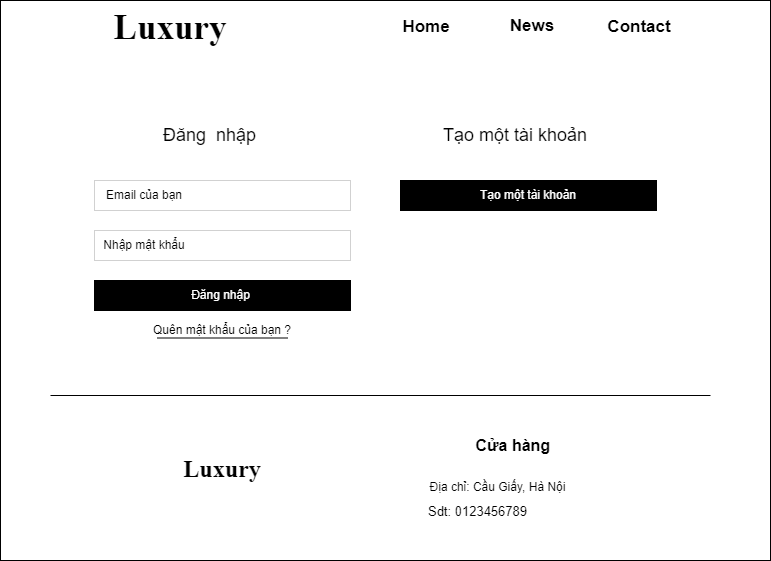
Above: ASM/images/contact.pc.png in yenphph/web106_yenphph (draw.io), before the change. Source tidied: cells renumbered, new cells last; positions are measured from the earlier drawing's top-left corner, leaving out a move shared by most shapes.
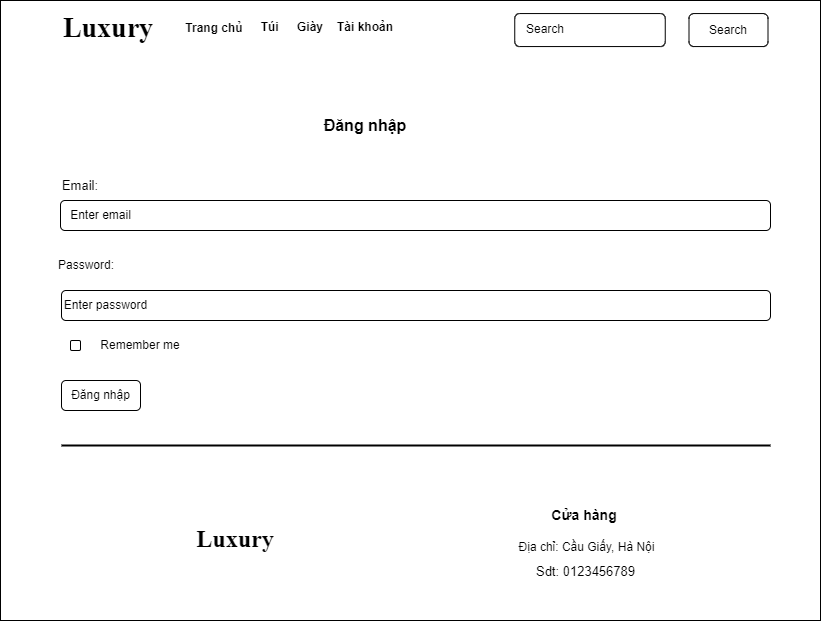
The same file after the commit.

Diff of the diagram source:
```diff
@@ -2,68 +2,83 @@
   <root>
     <mxCell id="0" />
     <mxCell id="1" parent="0" />
-    <mxCell id="2" style="rounded=0;whiteSpace=wrap;html=1;" parent="1" vertex="1">
-      <mxGeometry width="770" height="560" as="geometry" />
-    </mxCell>
-    <mxCell id="3" value="Luxury" style="text;html=1;strokeColor=none;fillColor=none;align=center;verticalAlign=middle;whiteSpace=wrap;rounded=0;fontSize=35;fontStyle=1;fontFamily=Times New Roman;" parent="1" vertex="1">
-      <mxGeometry x="90" y="0.6" width="160" height="53.1" as="geometry" />
-    </mxCell>
-    <mxCell id="4" value="Đăng&amp;nbsp; nhập&amp;nbsp;" style="text;html=1;strokeColor=none;fillColor=none;align=center;verticalAlign=middle;whiteSpace=wrap;rounded=0;fontSize=18;" parent="1" vertex="1">
-      <mxGeometry x="156.5" y="120" width="110" height="30" as="geometry" />
-    </mxCell>
-    <mxCell id="5" style="rounded=0;whiteSpace=wrap;html=1;strokeWidth=0;" parent="1" vertex="1">
-      <mxGeometry x="94" y="180" width="256" height="30" as="geometry" />
-    </mxCell>
-    <mxCell id="6" style="rounded=0;whiteSpace=wrap;html=1;strokeWidth=0;" parent="1" vertex="1">
-      <mxGeometry x="94" y="230" width="256" height="30" as="geometry" />
-    </mxCell>
-    <mxCell id="7" value="Email của bạn" style="text;html=1;strokeColor=none;fillColor=none;align=center;verticalAlign=middle;whiteSpace=wrap;rounded=0;" parent="1" vertex="1">
-      <mxGeometry x="94" y="180" width="100" height="30" as="geometry" />
-    </mxCell>
-    <mxCell id="8" value="Nhập mật khẩu" style="text;html=1;strokeColor=none;fillColor=none;align=center;verticalAlign=middle;whiteSpace=wrap;rounded=0;" parent="1" vertex="1">
-      <mxGeometry x="94" y="230" width="100" height="30" as="geometry" />
-    </mxCell>
-    <mxCell id="9" style="rounded=0;whiteSpace=wrap;html=1;strokeWidth=1;fillColor=#000000;" parent="1" vertex="1">
-      <mxGeometry x="94" y="280" width="256" height="30" as="geometry" />
-    </mxCell>
-    <mxCell id="10" value="Đăng nhập" style="text;html=1;strokeColor=none;fillColor=none;align=center;verticalAlign=middle;whiteSpace=wrap;rounded=0;fontColor=#FFFFFF;" parent="1" vertex="1">
-      <mxGeometry x="180" y="280" width="81" height="30" as="geometry" />
-    </mxCell>
-    <mxCell id="11" value="Quên mật khẩu của bạn ?" style="text;html=1;strokeColor=none;fillColor=none;align=center;verticalAlign=middle;whiteSpace=wrap;rounded=0;" parent="1" vertex="1">
-      <mxGeometry x="149" y="310" width="146" height="40" as="geometry" />
-    </mxCell>
-    <mxCell id="12" style="line;strokeWidth=1;html=1;" parent="1" vertex="1">
-      <mxGeometry x="156.5" y="330" width="131" height="15" as="geometry" />
-    </mxCell>
-    <mxCell id="13" value="&lt;font style=&quot;font-size: 18px;&quot;&gt;Tạo một tài khoản&lt;/font&gt;" style="text;html=1;strokeColor=none;fillColor=none;align=center;verticalAlign=middle;whiteSpace=wrap;rounded=0;fontSize=18;" parent="1" vertex="1">
-      <mxGeometry x="430" y="120" width="170" height="30" as="geometry" />
-    </mxCell>
-    <mxCell id="14" value="&lt;font color=&quot;#ffffff&quot;&gt;Tạo một tài khoản&lt;/font&gt;" style="rounded=0;whiteSpace=wrap;html=1;strokeWidth=1;strokeColor=#000000;fillColor=#000000;" parent="1" vertex="1">
-      <mxGeometry x="400" y="180" width="256" height="30" as="geometry" />
-    </mxCell>
-    <mxCell id="15" style="line;strokeWidth=1;dashed=0;labelPosition=right;align=left;verticalAlign=middle;spacingTop=0;spacingLeft=6;" parent="1" vertex="1">
-      <mxGeometry x="50" y="390" width="660" height="10" as="geometry" />
-    </mxCell>
+    <mxCell id="23" style="rounded=0;whiteSpace=wrap;html=1;" parent="1" vertex="1">
+      <mxGeometry x="-30" y="-30" width="820" height="620" as="geometry" />
+    </mxCell>
+    <mxCell id="24" value="Đăng nhập" style="text;html=1;strokeColor=none;fillColor=none;align=center;verticalAlign=middle;whiteSpace=wrap;rounded=0;fontStyle=1;fontSize=16;" parent="1" vertex="1">
+      <mxGeometry x="280" y="80" width="110" height="30" as="geometry" />
+    </mxCell>
+    <mxCell id="25" value="&lt;font style=&quot;font-size: 13px;&quot;&gt;Email:&lt;/font&gt;" style="text;html=1;strokeColor=none;fillColor=none;align=center;verticalAlign=middle;whiteSpace=wrap;rounded=0;" parent="1" vertex="1">
+      <mxGeometry x="10" y="140" width="80" height="30" as="geometry" />
+    </mxCell>
+    <mxCell id="26" style="rounded=1;whiteSpace=wrap;html=1;" parent="1" vertex="1">
+      <mxGeometry x="30" y="170" width="710" height="30" as="geometry" />
+    </mxCell>
+    <mxCell id="27" value="Enter email" style="text;html=1;strokeColor=none;fillColor=none;align=center;verticalAlign=middle;whiteSpace=wrap;rounded=0;" parent="1" vertex="1">
+      <mxGeometry x="31" y="170" width="79" height="30" as="geometry" />
+    </mxCell>
+    <mxCell id="28" value="Password:" style="text;html=1;strokeColor=none;fillColor=none;align=center;verticalAlign=middle;whiteSpace=wrap;rounded=0;" parent="1" vertex="1">
+      <mxGeometry x="26" y="220" width="60" height="30" as="geometry" />
+    </mxCell>
+    <mxCell id="29" style="rounded=1;whiteSpace=wrap;html=1;" parent="1" vertex="1">
+      <mxGeometry x="31" y="260" width="709" height="30" as="geometry" />
+    </mxCell>
+    <mxCell id="30" value="Enter password" style="text;html=1;strokeColor=none;fillColor=none;align=center;verticalAlign=middle;whiteSpace=wrap;rounded=0;" parent="1" vertex="1">
+      <mxGeometry x="31" y="260" width="89" height="30" as="geometry" />
+    </mxCell>
+    <mxCell id="31" style="rounded=1;whiteSpace=wrap;html=1;" parent="1" vertex="1">
+      <mxGeometry x="40" y="310" width="10" height="10" as="geometry" />
+    </mxCell>
+    <mxCell id="32" value="Remember me" style="text;html=1;strokeColor=none;fillColor=none;align=center;verticalAlign=middle;whiteSpace=wrap;rounded=0;" parent="1" vertex="1">
+      <mxGeometry x="60" y="300" width="100" height="30" as="geometry" />
+    </mxCell>
+    <mxCell id="33" style="rounded=1;whiteSpace=wrap;html=1;" parent="1" vertex="1">
+      <mxGeometry x="31" y="350" width="79" height="30" as="geometry" />
+    </mxCell>
+    <mxCell id="34" value="Đăng nhập" style="text;html=1;strokeColor=none;fillColor=none;align=center;verticalAlign=middle;whiteSpace=wrap;rounded=0;" parent="1" vertex="1">
+      <mxGeometry x="31" y="350" width="79" height="30" as="geometry" />
+    </mxCell>
+    <mxCell id="35" style="line;strokeWidth=2;html=1;" parent="1" vertex="1">
+      <mxGeometry x="31" y="410" width="709" height="10" as="geometry" />
+    </mxCell>
     <mxCell id="16" value="&lt;font style=&quot;font-size: 24px;&quot;&gt;Luxury&lt;/font&gt;" style="text;html=1;strokeColor=none;fillColor=none;align=center;verticalAlign=middle;whiteSpace=wrap;rounded=0;fontSize=35;fontStyle=1;fontFamily=Times New Roman;" parent="1" vertex="1">
-      <mxGeometry x="167" y="450" width="110" height="30" as="geometry" />
+      <mxGeometry x="150" y="490" width="110" height="30" as="geometry" />
     </mxCell>
-    <mxCell id="17" value="Cửa hàng&amp;nbsp;" style="text;html=1;strokeColor=none;fillColor=none;align=center;verticalAlign=middle;whiteSpace=wrap;rounded=0;fontSize=16;fontStyle=1;" parent="1" vertex="1">
-      <mxGeometry x="421" y="430" width="188" height="30" as="geometry" />
+    <mxCell id="17" value="Cửa hàng&amp;nbsp;" style="text;html=1;strokeColor=none;fillColor=none;align=center;verticalAlign=middle;whiteSpace=wrap;rounded=0;fontSize=14;fontStyle=1;" parent="1" vertex="1">
+      <mxGeometry x="462" y="470" width="188" height="30" as="geometry" />
     </mxCell>
     <mxCell id="18" value="Địa chỉ: Cầu Giấy, Hà Nội" style="text;html=1;align=center;verticalAlign=middle;strokeColor=none;fillColor=none;fontSize=12;" parent="1" vertex="1">
-      <mxGeometry x="414" y="470" width="165" height="33" as="geometry" />
+      <mxGeometry x="473.5" y="500" width="165" height="33" as="geometry" />
     </mxCell>
     <mxCell id="19" value="Sdt: 0123456789" style="text;html=1;strokeColor=none;fillColor=none;align=center;verticalAlign=middle;whiteSpace=wrap;rounded=0;fontSize=13;" parent="1" vertex="1">
-      <mxGeometry x="414" y="503" width="127" height="15" as="geometry" />
+      <mxGeometry x="492" y="533" width="127" height="15" as="geometry" />
     </mxCell>
-    <mxCell id="20" value="&lt;span style=&quot;font-size: 17px;&quot;&gt;&lt;b&gt;Home&lt;/b&gt;&lt;/span&gt;" style="text;html=1;strokeColor=none;fillColor=none;align=center;verticalAlign=middle;whiteSpace=wrap;rounded=0;" parent="1" vertex="1">
-      <mxGeometry x="384" y="12.2" width="84" height="30" as="geometry" />
-    </mxCell>
-    <mxCell id="21" value="&lt;b&gt;&lt;font style=&quot;font-size: 17px;&quot;&gt;News&lt;/font&gt;&lt;/b&gt;" style="text;html=1;strokeColor=none;fillColor=none;align=center;verticalAlign=middle;whiteSpace=wrap;rounded=0;" parent="1" vertex="1">
-      <mxGeometry x="501.5" y="10.9" width="60" height="30" as="geometry" />
-    </mxCell>
-    <mxCell id="22" value="&lt;span style=&quot;font-size: 17px;&quot;&gt;&lt;b&gt;Contact&lt;/b&gt;&lt;/span&gt;" style="text;html=1;strokeColor=none;fillColor=none;align=center;verticalAlign=middle;whiteSpace=wrap;rounded=0;" parent="1" vertex="1">
-      <mxGeometry x="608.5" y="12.2" width="60" height="30" as="geometry" />
-    </mxCell>
+    <mxCell id="3" value="Luxury" style="text;html=1;strokeColor=none;fillColor=none;align=center;verticalAlign=middle;whiteSpace=wrap;rounded=0;fontSize=28;fontStyle=1;fontFamily=Times New Roman;" parent="1" vertex="1">
+      <mxGeometry x="22.5" y="-30" width="110" height="53.6" as="geometry" />
+    </mxCell>
+    <mxCell id="36" value="&lt;span style=&quot;font-size: 12px;&quot;&gt;Trang chủ&lt;/span&gt;" style="text;html=1;strokeColor=none;fillColor=none;align=center;verticalAlign=middle;whiteSpace=wrap;rounded=0;fontStyle=1;fontSize=12;" parent="1" vertex="1">
+      <mxGeometry x="146.5" y="-16.9" width="74" height="30" as="geometry" />
+    </mxCell>
+    <mxCell id="37" style="rounded=1;whiteSpace=wrap;html=1;" parent="1" vertex="1">
+      <mxGeometry x="484.2" y="-16.9" width="150.5" height="33" as="geometry" />
+    </mxCell>
+    <mxCell id="38" style="rounded=1;whiteSpace=wrap;html=1;" parent="1" vertex="1">
+      <mxGeometry x="658.5" y="-16.9" width="79" height="33" as="geometry" />
+    </mxCell>
+    <mxCell id="39" value="Search" style="text;html=1;strokeColor=none;fillColor=none;align=center;verticalAlign=middle;whiteSpace=wrap;rounded=0;" parent="1" vertex="1">
+      <mxGeometry x="484.5" y="-16.4" width="60" height="30" as="geometry" />
+    </mxCell>
+    <mxCell id="40" value="Search" style="text;html=1;strokeColor=none;fillColor=none;align=center;verticalAlign=middle;whiteSpace=wrap;rounded=0;" parent="1" vertex="1">
+      <mxGeometry x="668" y="-15.4" width="60" height="30" as="geometry" />
+    </mxCell>
+    <mxCell id="41" value="&lt;span style=&quot;font-size: 12px;&quot;&gt;&amp;nbsp;Túi&lt;/span&gt;" style="text;html=1;strokeColor=none;fillColor=none;align=center;verticalAlign=middle;whiteSpace=wrap;rounded=0;fontStyle=1;fontSize=12;" parent="1" vertex="1">
+      <mxGeometry x="216" y="-18.2" width="44" height="30" as="geometry" />
+    </mxCell>
+    <mxCell id="42" value="Giày" style="text;html=1;strokeColor=none;fillColor=none;align=center;verticalAlign=middle;whiteSpace=wrap;rounded=0;fontStyle=1;fontSize=12;" parent="1" vertex="1">
+      <mxGeometry x="250" y="-18.2" width="60" height="30" as="geometry" />
+    </mxCell>
+    <mxCell id="43" value="Tài khoản" style="text;html=1;strokeColor=none;fillColor=none;align=center;verticalAlign=middle;whiteSpace=wrap;rounded=0;fontStyle=1;fontSize=12;" parent="1" vertex="1">
+      <mxGeometry x="305" y="-18.2" width="60" height="30" as="geometry" />
+    </mxCell>
   </root>
 </mxGraphModel>
```
